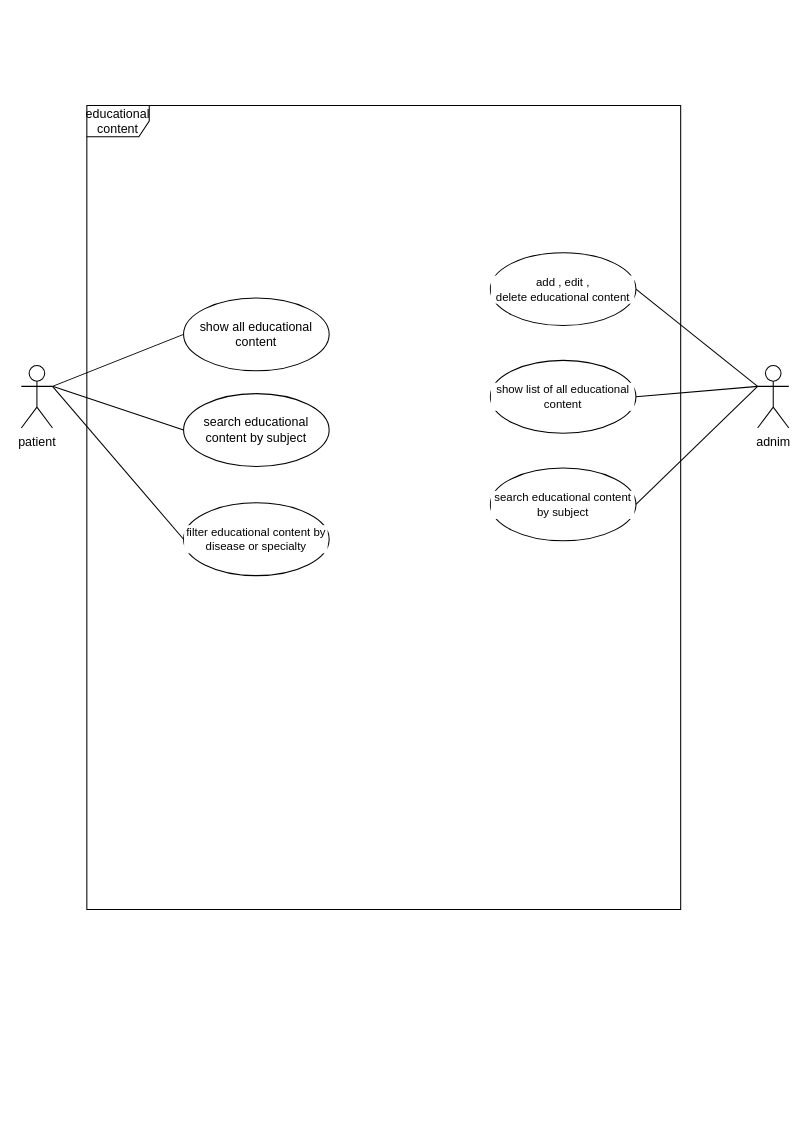
Before: USECASE/educational_content.drawio in SalehAskari/telemedicine, a draw.io diagram. Source tidied: cells renumbered, new cells numbered last; positions are measured from the earlier drawing's top-left corner, leaving out a move shared by most shapes. Both pictures are drawn from the tidied source at 104%, with x=0, y=0 at pixel (21, 105).
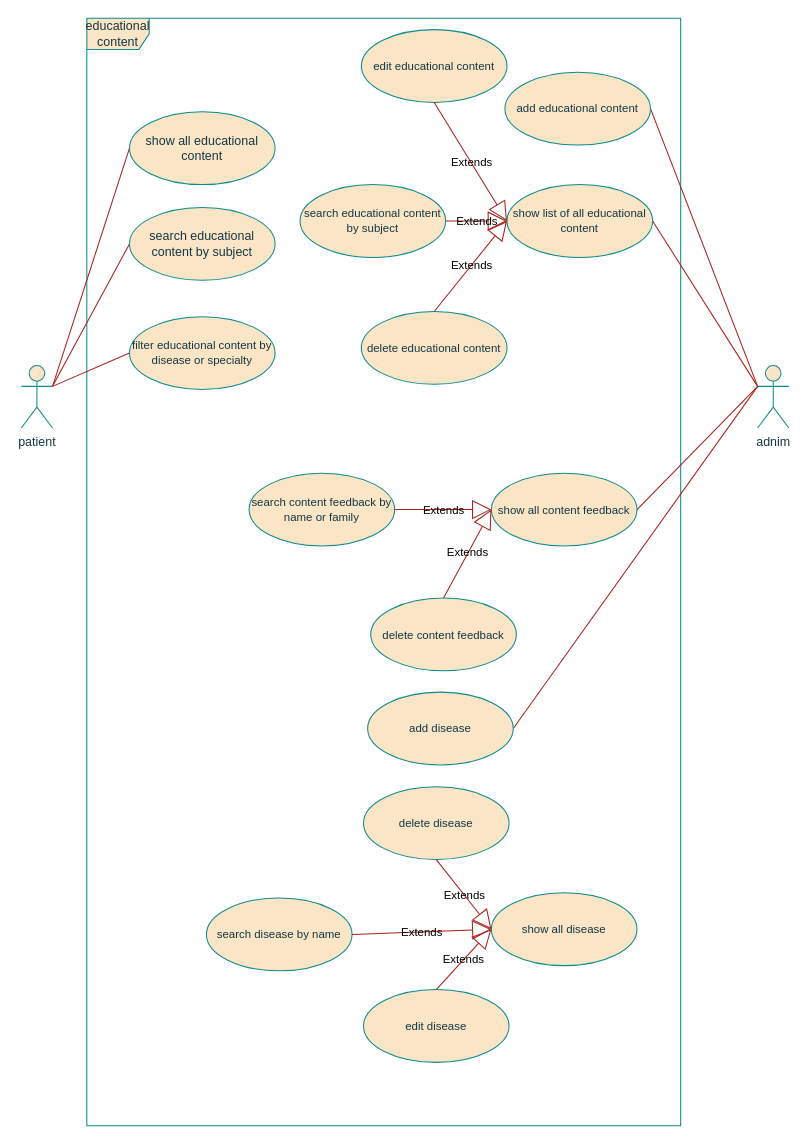
After the change.

What changed in the source:
```diff
@@
-    <mxCell id="2" value="educational content" style="shape=umlFrame;whiteSpace=wrap;html=1;" parent="1" vertex="1">
-      <mxGeometry x="63" width="571" height="773" as="geometry" />
+    <mxCell id="2" value="educational content" style="shape=umlFrame;whiteSpace=wrap;html=1;labelBackgroundColor=none;fillColor=#FAE5C7;strokeColor=#0F8B8D;fontColor=#143642;" parent="1" vertex="1">
+      <mxGeometry x="63" y="-84" width="571" height="1065" as="geometry" />
     </mxCell>
-    <mxCell id="3" style="edgeStyle=none;shape=connector;rounded=0;jettySize=auto;html=1;exitX=0;exitY=0.3333333333333333;exitDx=0;exitDy=0;exitPerimeter=0;entryX=1;entryY=0.5;entryDx=0;entryDy=0;strokeColor=default;align=center;verticalAlign=middle;fontFamily=Helvetica;fontSize=11;fontColor=default;labelBackgroundColor=default;startFill=0;endArrow=none;" parent="1" edge="1" source="6" target="13">
-      <mxGeometry relative="1" as="geometry" />
-    </mxCell>
-    <mxCell id="4" style="edgeStyle=none;shape=connector;rounded=0;jettySize=auto;html=1;exitX=0;exitY=0.3333333333333333;exitDx=0;exitDy=0;exitPerimeter=0;entryX=1;entryY=0.5;entryDx=0;entryDy=0;strokeColor=default;align=center;verticalAlign=middle;fontFamily=Helvetica;fontSize=11;fontColor=default;labelBackgroundColor=default;startFill=0;endArrow=none;" parent="1" edge="1" source="6" target="14">
+    <mxCell id="4" style="edgeStyle=none;shape=connector;rounded=0;jettySize=auto;html=1;exitX=0;exitY=0.3333333333333333;exitDx=0;exitDy=0;exitPerimeter=0;entryX=1;entryY=0.5;entryDx=0;entryDy=0;strokeColor=#A8201A;align=center;verticalAlign=middle;fontFamily=Helvetica;fontSize=11;fontColor=default;labelBackgroundColor=none;startFill=0;endArrow=none;" parent="1" edge="1" source="6" target="14">
       <mxGeometry relative="1" as="geometry" />
     </mxCell>
-    <mxCell id="5" style="edgeStyle=none;shape=connector;rounded=0;jettySize=auto;html=1;exitX=0;exitY=0.3333333333333333;exitDx=0;exitDy=0;exitPerimeter=0;entryX=1;entryY=0.5;entryDx=0;entryDy=0;strokeColor=default;align=center;verticalAlign=middle;fontFamily=Helvetica;fontSize=11;fontColor=default;labelBackgroundColor=default;startFill=0;endArrow=none;" parent="1" edge="1" source="6" target="15">
-      <mxGeometry relative="1" as="geometry" />
-    </mxCell>
+    <mxCell id="17" style="rounded=0;jettySize=auto;html=1;exitX=0;exitY=0.3333333333333333;exitDx=0;exitDy=0;exitPerimeter=0;entryX=1;entryY=0.5;entryDx=0;entryDy=0;endArrow=none;startFill=0;labelBackgroundColor=none;strokeColor=#A8201A;fontColor=default;" parent="1" edge="1" source="6" target="20">
+      <mxGeometry relative="1" as="geometry" />
+    </mxCell>
+    <mxCell id="18" style="edgeStyle=none;shape=connector;rounded=0;jettySize=auto;html=1;exitX=0;exitY=0.3333333333333333;exitDx=0;exitDy=0;exitPerimeter=0;entryX=1;entryY=0.5;entryDx=0;entryDy=0;strokeColor=#A8201A;align=center;verticalAlign=middle;fontFamily=Helvetica;fontSize=11;fontColor=default;labelBackgroundColor=none;startFill=0;endArrow=none;" parent="1" edge="1" source="6" target="25">
+      <mxGeometry relative="1" as="geometry" />
+    </mxCell>
+    <mxCell id="19" style="rounded=0;jettySize=auto;html=1;exitX=0;exitY=0.3333333333333333;exitDx=0;exitDy=0;exitPerimeter=0;entryX=1;entryY=0.5;entryDx=0;entryDy=0;strokeColor=#A8201A;fontColor=#143642;fillColor=#FAE5C7;endArrow=none;startFill=0;" parent="1" edge="1" source="6" target="36">
+      <mxGeometry relative="1" as="geometry" />
+    </mxCell>
-    <mxCell id="6" value="adnim" style="shape=umlActor;verticalLabelPosition=bottom;verticalAlign=top;html=1;" parent="1" vertex="1">
+    <mxCell id="6" value="adnim" style="shape=umlActor;verticalLabelPosition=bottom;verticalAlign=top;html=1;labelBackgroundColor=none;fillColor=#FAE5C7;strokeColor=#0F8B8D;fontColor=#143642;" parent="1" vertex="1">
       <mxGeometry x="708" y="250" width="30" height="60" as="geometry" />
     </mxCell>
-    <mxCell id="7" style="rounded=0;jettySize=auto;html=1;exitX=1;exitY=0.3333333333333333;exitDx=0;exitDy=0;exitPerimeter=0;entryX=0;entryY=0.5;entryDx=0;entryDy=0;endArrow=none;startFill=0;" parent="1" edge="1" source="10" target="11">
+    <mxCell id="7" style="rounded=0;jettySize=auto;html=1;exitX=1;exitY=0.3333333333333333;exitDx=0;exitDy=0;exitPerimeter=0;entryX=0;entryY=0.5;entryDx=0;entryDy=0;endArrow=none;startFill=0;labelBackgroundColor=none;strokeColor=#A8201A;fontColor=default;" parent="1" edge="1" source="10" target="11">
       <mxGeometry relative="1" as="geometry" />
     </mxCell>
-    <mxCell id="8" style="rounded=0;jettySize=auto;html=1;exitX=1;exitY=0.3333333333333333;exitDx=0;exitDy=0;exitPerimeter=0;entryX=0;entryY=0.5;entryDx=0;entryDy=0;endArrow=none;startFill=0;" parent="1" edge="1" source="10" target="12">
+    <mxCell id="8" style="rounded=0;jettySize=auto;html=1;exitX=1;exitY=0.3333333333333333;exitDx=0;exitDy=0;exitPerimeter=0;entryX=0;entryY=0.5;entryDx=0;entryDy=0;endArrow=none;startFill=0;labelBackgroundColor=none;strokeColor=#A8201A;fontColor=default;" parent="1" edge="1" source="10" target="12">
       <mxGeometry relative="1" as="geometry" />
     </mxCell>
-    <mxCell id="9" style="edgeStyle=none;shape=connector;rounded=0;jettySize=auto;html=1;exitX=1;exitY=0.3333333333333333;exitDx=0;exitDy=0;exitPerimeter=0;entryX=0;entryY=0.5;entryDx=0;entryDy=0;strokeColor=default;align=center;verticalAlign=middle;fontFamily=Helvetica;fontSize=11;fontColor=default;labelBackgroundColor=default;startFill=0;endArrow=none;" parent="1" edge="1" source="10" target="16">
+    <mxCell id="9" style="edgeStyle=none;shape=connector;rounded=0;jettySize=auto;html=1;exitX=1;exitY=0.3333333333333333;exitDx=0;exitDy=0;exitPerimeter=0;entryX=0;entryY=0.5;entryDx=0;entryDy=0;strokeColor=#A8201A;align=center;verticalAlign=middle;fontFamily=Helvetica;fontSize=11;fontColor=default;labelBackgroundColor=none;startFill=0;endArrow=none;" parent="1" edge="1" source="10" target="16">
       <mxGeometry relative="1" as="geometry" />
     </mxCell>
-    <mxCell id="10" value="patient" style="shape=umlActor;verticalLabelPosition=bottom;verticalAlign=top;html=1;" parent="1" vertex="1">
+    <mxCell id="10" value="patient" style="shape=umlActor;verticalLabelPosition=bottom;verticalAlign=top;html=1;labelBackgroundColor=none;fillColor=#FAE5C7;strokeColor=#0F8B8D;fontColor=#143642;" parent="1" vertex="1">
       <mxGeometry y="250" width="30" height="60" as="geometry" />
     </mxCell>
-    <mxCell id="11" value="show all&amp;nbsp;educational content" style="ellipse;whiteSpace=wrap;html=1;" parent="1" vertex="1">
-      <mxGeometry x="156" y="185" width="140" height="70" as="geometry" />
+    <mxCell id="11" value="show all&amp;nbsp;educational content" style="ellipse;whiteSpace=wrap;html=1;labelBackgroundColor=none;fillColor=#FAE5C7;strokeColor=#0F8B8D;fontColor=#143642;" parent="1" vertex="1">
+      <mxGeometry x="104" y="6" width="140" height="70" as="geometry" />
     </mxCell>
-    <mxCell id="12" value="search&amp;nbsp;educational content by subject" style="ellipse;whiteSpace=wrap;html=1;" parent="1" vertex="1">
-      <mxGeometry x="156" y="277" width="140" height="70" as="geometry" />
+    <mxCell id="12" value="search&amp;nbsp;educational content by subject" style="ellipse;whiteSpace=wrap;html=1;labelBackgroundColor=none;fillColor=#FAE5C7;strokeColor=#0F8B8D;fontColor=#143642;" parent="1" vertex="1">
+      <mxGeometry x="104" y="98" width="140" height="70" as="geometry" />
     </mxCell>
-    <mxCell id="13" value="add , edit , delete&amp;nbsp;educational content" style="ellipse;whiteSpace=wrap;html=1;fontFamily=Helvetica;fontSize=11;fontColor=default;labelBackgroundColor=default;" parent="1" vertex="1">
-      <mxGeometry x="451" y="141.5" width="140" height="70" as="geometry" />
+    <mxCell id="13" value="delete&amp;nbsp;educational content" style="ellipse;whiteSpace=wrap;html=1;fontFamily=Helvetica;fontSize=11;fontColor=#143642;labelBackgroundColor=none;fillColor=#FAE5C7;strokeColor=#0F8B8D;" parent="1" vertex="1">
+      <mxGeometry x="327" y="198" width="140" height="70" as="geometry" />
     </mxCell>
-    <mxCell id="14" value="show list of all&amp;nbsp;educational content" style="ellipse;whiteSpace=wrap;html=1;fontFamily=Helvetica;fontSize=11;fontColor=default;labelBackgroundColor=default;" parent="1" vertex="1">
-      <mxGeometry x="451" y="245" width="140" height="70" as="geometry" />
+    <mxCell id="14" value="show list of all&amp;nbsp;educational content" style="ellipse;whiteSpace=wrap;html=1;fontFamily=Helvetica;fontSize=11;fontColor=#143642;labelBackgroundColor=none;fillColor=#FAE5C7;strokeColor=#0F8B8D;" parent="1" vertex="1">
+      <mxGeometry x="467" y="76" width="140" height="70" as="geometry" />
     </mxCell>
-    <mxCell id="15" value="search&amp;nbsp;educational content by subject" style="ellipse;whiteSpace=wrap;html=1;fontFamily=Helvetica;fontSize=11;fontColor=default;labelBackgroundColor=default;" parent="1" vertex="1">
-      <mxGeometry x="451" y="348.5" width="140" height="70" as="geometry" />
+    <mxCell id="15" value="search&amp;nbsp;educational content by subject" style="ellipse;whiteSpace=wrap;html=1;fontFamily=Helvetica;fontSize=11;fontColor=#143642;labelBackgroundColor=none;fillColor=#FAE5C7;strokeColor=#0F8B8D;" parent="1" vertex="1">
+      <mxGeometry x="268" y="76" width="140" height="70" as="geometry" />
     </mxCell>
-    <mxCell id="16" value="filter&amp;nbsp;educational content by disease or specialty" style="ellipse;whiteSpace=wrap;html=1;fontFamily=Helvetica;fontSize=11;fontColor=default;labelBackgroundColor=default;" parent="1" vertex="1">
-      <mxGeometry x="156" y="382" width="140" height="70" as="geometry" />
+    <mxCell id="16" value="filter&amp;nbsp;educational content by disease or specialty" style="ellipse;whiteSpace=wrap;html=1;fontFamily=Helvetica;fontSize=11;fontColor=#143642;labelBackgroundColor=none;fillColor=#FAE5C7;strokeColor=#0F8B8D;" parent="1" vertex="1">
+      <mxGeometry x="104" y="203" width="140" height="70" as="geometry" />
     </mxCell>
+    <mxCell id="20" value="add educational content" style="ellipse;whiteSpace=wrap;html=1;fontFamily=Helvetica;fontSize=11;fontColor=#143642;labelBackgroundColor=none;fillColor=#FAE5C7;strokeColor=#0F8B8D;" parent="1" vertex="1">
+      <mxGeometry x="465" y="-32" width="140" height="70" as="geometry" />
+    </mxCell>
+    <mxCell id="21" value="edit educational content" style="ellipse;whiteSpace=wrap;html=1;fontFamily=Helvetica;fontSize=11;fontColor=#143642;labelBackgroundColor=none;fillColor=#FAE5C7;strokeColor=#0F8B8D;" parent="1" vertex="1">
+      <mxGeometry x="327" y="-73" width="140" height="70" as="geometry" />
+    </mxCell>
+    <mxCell id="22" value="Extends" style="endArrow=block;endSize=16;endFill=0;html=1;rounded=0;strokeColor=#A8201A;align=center;verticalAlign=middle;fontFamily=Helvetica;fontSize=11;fontColor=default;labelBackgroundColor=none;exitX=1;exitY=0.5;exitDx=0;exitDy=0;entryX=0;entryY=0.5;entryDx=0;entryDy=0;" parent="1" edge="1" source="15" target="14">
+      <mxGeometry x="0.02" relative="1" as="geometry" />
+    </mxCell>
+    <mxCell id="23" value="Extends" style="endArrow=block;endSize=16;endFill=0;html=1;rounded=0;strokeColor=#A8201A;align=center;verticalAlign=middle;fontFamily=Helvetica;fontSize=11;fontColor=default;labelBackgroundColor=none;exitX=0.5;exitY=0;exitDx=0;exitDy=0;entryX=0;entryY=0.5;entryDx=0;entryDy=0;" parent="1" edge="1" source="13" target="14">
+      <mxGeometry x="0.02" relative="1" as="geometry" />
+    </mxCell>
+    <mxCell id="24" value="Extends" style="endArrow=block;endSize=16;endFill=0;html=1;rounded=0;strokeColor=#A8201A;align=center;verticalAlign=middle;fontFamily=Helvetica;fontSize=11;fontColor=default;labelBackgroundColor=none;exitX=0.5;exitY=1;exitDx=0;exitDy=0;entryX=0;entryY=0.5;entryDx=0;entryDy=0;" parent="1" edge="1" source="21" target="14">
+      <mxGeometry x="0.02" relative="1" as="geometry" />
+    </mxCell>
+    <mxCell id="25" value="show all content feedback" style="ellipse;whiteSpace=wrap;html=1;fontFamily=Helvetica;fontSize=11;fontColor=#143642;labelBackgroundColor=none;fillColor=#FAE5C7;strokeColor=#0F8B8D;" parent="1" vertex="1">
+      <mxGeometry x="452" y="353.5" width="140" height="70" as="geometry" />
+    </mxCell>
+    <mxCell id="26" value="search content feedback by name or family" style="ellipse;whiteSpace=wrap;html=1;fontFamily=Helvetica;fontSize=11;fontColor=#143642;labelBackgroundColor=none;fillColor=#FAE5C7;strokeColor=#0F8B8D;" parent="1" vertex="1">
+      <mxGeometry x="219" y="353.5" width="140" height="70" as="geometry" />
+    </mxCell>
+    <mxCell id="27" value="delete content feedback" style="ellipse;whiteSpace=wrap;html=1;fontFamily=Helvetica;fontSize=11;fontColor=#143642;labelBackgroundColor=none;fillColor=#FAE5C7;strokeColor=#0F8B8D;" parent="1" vertex="1">
+      <mxGeometry x="336" y="473.5" width="140" height="70" as="geometry" />
+    </mxCell>
+    <mxCell id="28" value="Extends" style="endArrow=block;endSize=16;endFill=0;html=1;rounded=0;strokeColor=#A8201A;align=center;verticalAlign=middle;fontFamily=Helvetica;fontSize=11;fontColor=default;labelBackgroundColor=none;exitX=1;exitY=0.5;exitDx=0;exitDy=0;entryX=0;entryY=0.5;entryDx=0;entryDy=0;" parent="1" edge="1" source="26" target="25">
+      <mxGeometry x="0.02" relative="1" as="geometry" />
+    </mxCell>
+    <mxCell id="29" value="show all disease" style="ellipse;whiteSpace=wrap;html=1;fontFamily=Helvetica;fontSize=11;fontColor=#143642;labelBackgroundColor=none;fillColor=#FAE5C7;strokeColor=#0F8B8D;" parent="1" vertex="1">
+      <mxGeometry x="452" y="757" width="140" height="70" as="geometry" />
+    </mxCell>
+    <mxCell id="30" value="search disease&amp;nbsp;by name" style="ellipse;whiteSpace=wrap;html=1;fontFamily=Helvetica;fontSize=11;fontColor=#143642;labelBackgroundColor=none;fillColor=#FAE5C7;strokeColor=#0F8B8D;" parent="1" vertex="1">
+      <mxGeometry x="178" y="762" width="140" height="70" as="geometry" />
+    </mxCell>
+    <mxCell id="31" value="Extends" style="endArrow=block;endSize=16;endFill=0;html=1;rounded=0;strokeColor=#A8201A;align=center;verticalAlign=middle;fontFamily=Helvetica;fontSize=11;fontColor=default;labelBackgroundColor=none;entryX=0;entryY=0.5;entryDx=0;entryDy=0;exitX=1;exitY=0.5;exitDx=0;exitDy=0;" parent="1" edge="1" source="30" target="29">
+      <mxGeometry relative="1" as="geometry" />
+    </mxCell>
+    <mxCell id="32" value="edit disease" style="ellipse;whiteSpace=wrap;html=1;fontFamily=Helvetica;fontSize=11;fontColor=#143642;labelBackgroundColor=none;fillColor=#FAE5C7;strokeColor=#0F8B8D;" parent="1" vertex="1">
+      <mxGeometry x="329" y="850" width="140" height="70" as="geometry" />
+    </mxCell>
+    <mxCell id="33" value="delete disease" style="ellipse;whiteSpace=wrap;html=1;fontFamily=Helvetica;fontSize=11;fontColor=#143642;labelBackgroundColor=none;fillColor=#FAE5C7;strokeColor=#0F8B8D;" parent="1" vertex="1">
+      <mxGeometry x="329" y="655" width="140" height="70" as="geometry" />
+    </mxCell>
+    <mxCell id="34" value="Extends" style="endArrow=block;endSize=16;endFill=0;html=1;rounded=0;strokeColor=#A8201A;align=center;verticalAlign=middle;fontFamily=Helvetica;fontSize=11;fontColor=default;labelBackgroundColor=none;exitX=0.5;exitY=0;exitDx=0;exitDy=0;entryX=0;entryY=0.5;entryDx=0;entryDy=0;" parent="1" edge="1" source="32" target="29">
+      <mxGeometry relative="1" as="geometry" />
+    </mxCell>
+    <mxCell id="35" value="Extends" style="endArrow=block;endSize=16;endFill=0;html=1;rounded=0;strokeColor=#A8201A;align=center;verticalAlign=middle;fontFamily=Helvetica;fontSize=11;fontColor=default;labelBackgroundColor=none;exitX=0.5;exitY=1;exitDx=0;exitDy=0;entryX=0;entryY=0.5;entryDx=0;entryDy=0;" parent="1" edge="1" source="33" target="29">
+      <mxGeometry relative="1" as="geometry" />
+    </mxCell>
+    <mxCell id="36" value="add disease" style="ellipse;whiteSpace=wrap;html=1;fontFamily=Helvetica;fontSize=11;fontColor=#143642;labelBackgroundColor=none;fillColor=#FAE5C7;strokeColor=#0F8B8D;" parent="1" vertex="1">
+      <mxGeometry x="333" y="564" width="140" height="70" as="geometry" />
+    </mxCell>
+    <mxCell id="37" value="Extends" style="endArrow=block;endSize=16;endFill=0;html=1;rounded=0;strokeColor=#A8201A;align=center;verticalAlign=middle;fontFamily=Helvetica;fontSize=11;fontColor=default;labelBackgroundColor=none;exitX=0.5;exitY=0;exitDx=0;exitDy=0;entryX=0;entryY=0.5;entryDx=0;entryDy=0;" parent="1" edge="1" source="27" target="25">
+      <mxGeometry x="0.02" relative="1" as="geometry" />
+    </mxCell>
```
